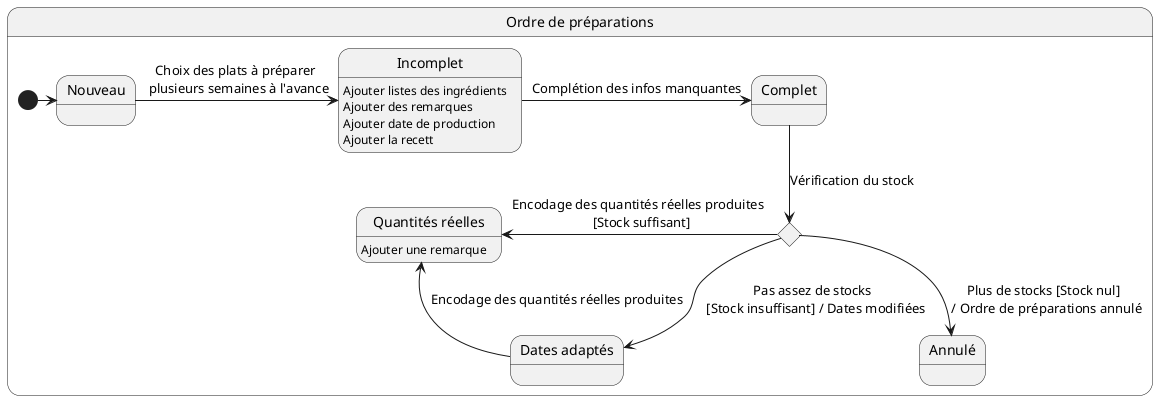
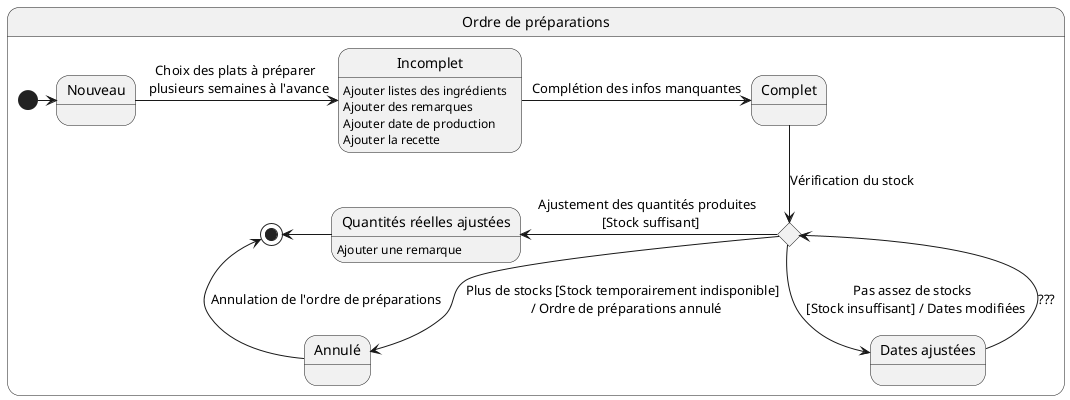
@startuml

state "Ordre de préparations" as carteOrdre {
    state "Nouveau" as carteNew
    state "Incomplet" as carteNotFull
        carteNotFull : Ajouter listes des ingrédients
        carteNotFull : Ajouter des remarques
        carteNotFull : Ajouter date de production
-         carteNotFull : Ajouter la recett
+         carteNotFull : Ajouter la recette
    state "Complet" as carteFull
-     state "Dates adaptés" as carteDates
+     state "Dates ajustées" as carteDates
    state "Annulé" as carteNull
-     state "Quantités réelles" as carteQuant : Ajouter une remarque
+     state "Quantités réelles ajustées" as carteQuant : Ajouter une remarque

    state cAdaptation <<choice>>

    [*] -> carteNew

    carteNew -> carteNotFull : Choix des plats à préparer \n plusieurs semaines à l'avance

    carteNotFull -> carteFull : Complétion des infos manquantes

    carteFull --> cAdaptation : Vérification du stock

    cAdaptation --> carteDates : Pas assez de stocks \n [Stock insuffisant] / Dates modifiées
-     cAdaptation -left-> carteQuant : Encodage des quantités réelles produites \n [Stock suffisant]
-     cAdaptation --> carteNull : Plus de stocks [Stock nul] \n / Ordre de préparations annulé
+     cAdaptation -left-> carteQuant : Ajustement des quantités produites \n [Stock suffisant]
+     cAdaptation --> carteNull : Plus de stocks [Stock temporairement indisponible] \n / Ordre de préparations annulé

-     carteDates -> carteQuant : Encodage des quantités réelles produites
+     carteDates -> cAdaptation : ???

+     carteQuant -left-> [*]
+     carteNull -> [*] : Annulation de l'ordre de préparations
}

@enduml
